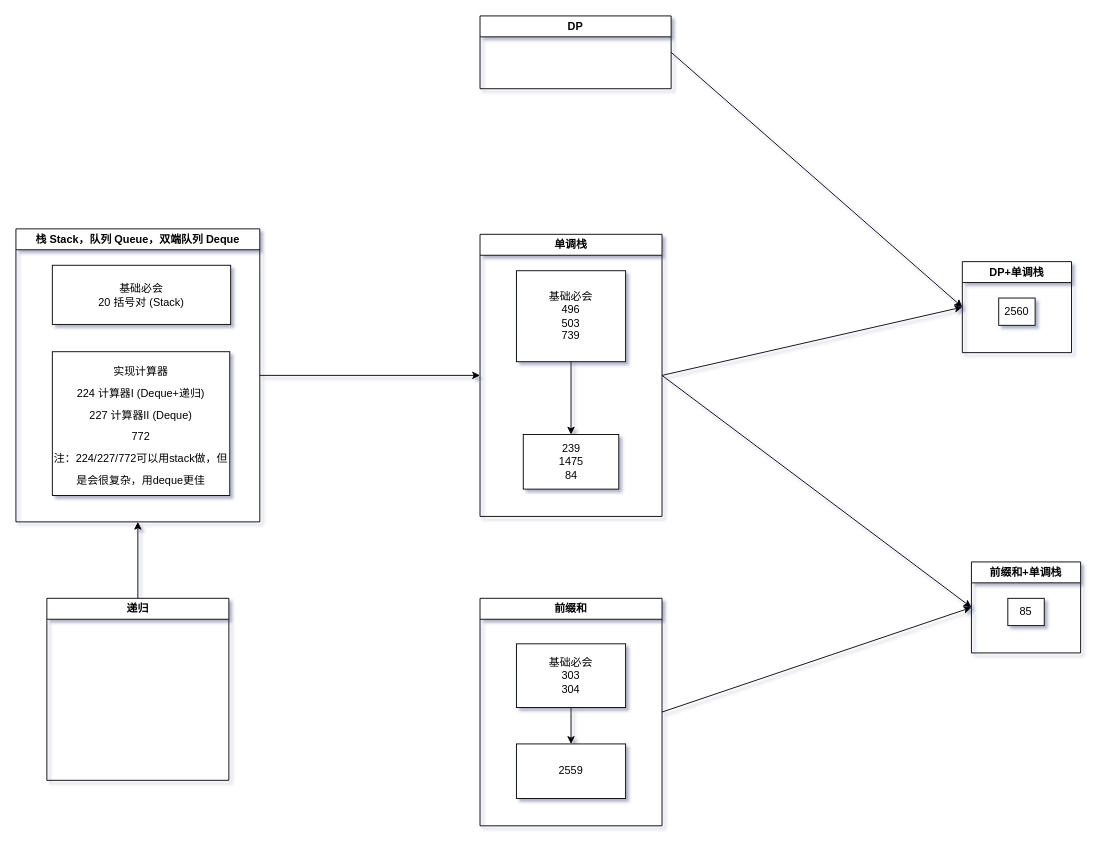
This is 按图索骥.drawio from jssonx/algo-playground, a draw.io file, before an edit. Source tidied: cells renumbered, new cells numbered last; positions are measured from the earlier drawing's top-left corner, leaving out a move shared by most shapes. Both pictures are drawn from the tidied source at 91%, with x=0, y=0 at pixel (15, 15).
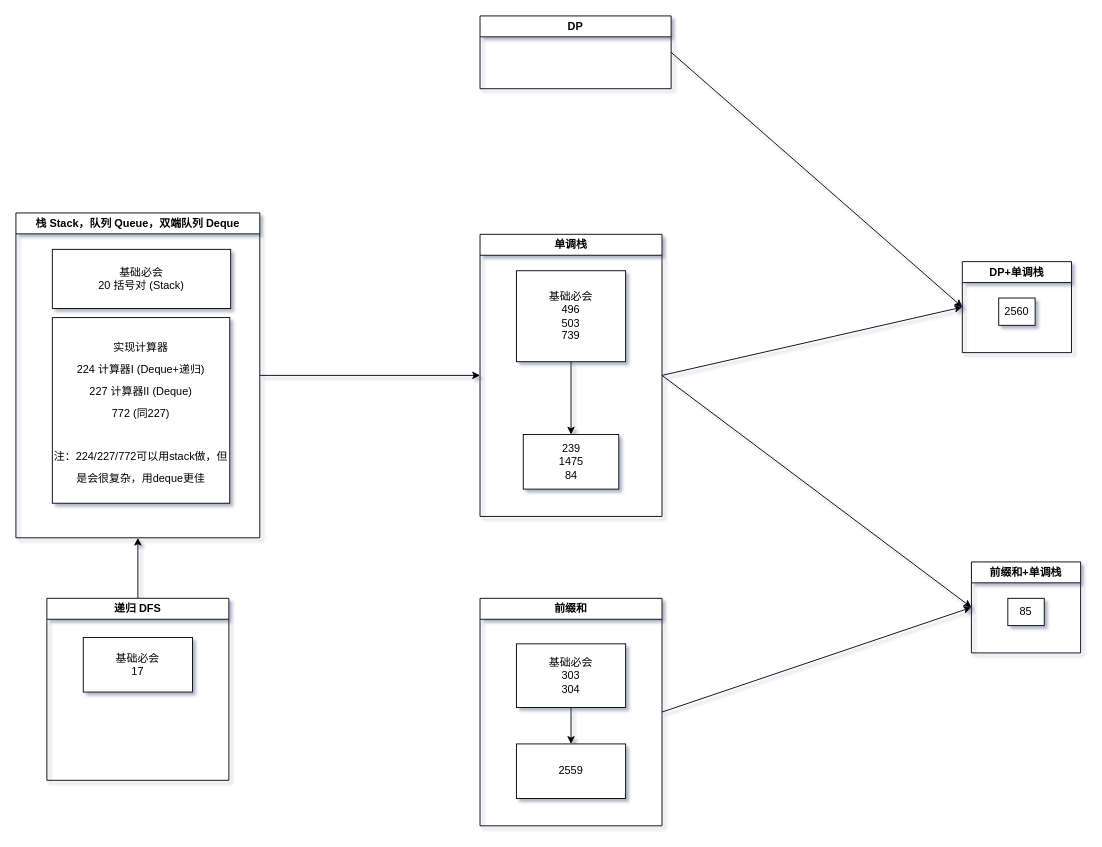
After the change.

What changed in the source:
```diff
@@
     <mxCell id="20" value="栈 Stack，队列 Queue，双端队列 Deque" style="swimlane;whiteSpace=wrap;html=1;rounded=0;" parent="1" vertex="1">
-      <mxGeometry y="234" width="268" height="322" as="geometry" />
+      <mxGeometry y="216.5" width="268" height="357" as="geometry" />
     </mxCell>
@@
-    <mxCell id="22" value="&lt;font style=&quot;font-size: 12px;&quot;&gt;&lt;font face=&quot;Helvetica&quot;&gt;实现计算器&lt;br&gt;224 计算器I (Deque+递归)&lt;br&gt;227 计算器II (Deque)&lt;br&gt;772&lt;br&gt;注：224/227/772可以用stack做，但是会很复杂，用deque更佳&lt;/font&gt;&lt;br&gt;&lt;/font&gt;" style="whiteSpace=wrap;html=1;hachureGap=4;fontFamily=Architects Daughter;fontSize=20;" parent="20" vertex="1">
-      <mxGeometry x="40" y="135" width="195" height="158" as="geometry" />
+    <mxCell id="22" value="&lt;font style=&quot;font-size: 12px;&quot;&gt;&lt;font face=&quot;Helvetica&quot;&gt;实现计算器&lt;br&gt;224 计算器I (Deque+递归)&lt;br&gt;227 计算器II (Deque)&lt;br&gt;772 (同227)&lt;br&gt;&lt;br&gt;注：224/227/772可以用stack做，但是会很复杂，用deque更佳&lt;/font&gt;&lt;br&gt;&lt;/font&gt;" style="whiteSpace=wrap;html=1;hachureGap=4;fontFamily=Architects Daughter;fontSize=20;" parent="20" vertex="1">
+      <mxGeometry x="40" y="115" width="195" height="204" as="geometry" />
     </mxCell>
@@
-    <mxCell id="24" value="递归" style="swimlane;whiteSpace=wrap;html=1;fontFamily=Helvetica;" parent="1" vertex="1">
+    <mxCell id="24" value="递归 DFS" style="swimlane;whiteSpace=wrap;html=1;fontFamily=Helvetica;" parent="1" vertex="1">
       <mxGeometry x="34" y="640" width="200" height="200" as="geometry" />
     </mxCell>
+    <mxCell id="25" value="基础必会&lt;br&gt;17" style="whiteSpace=wrap;html=1;fontFamily=Helvetica;" parent="24" vertex="1">
+      <mxGeometry x="40" y="43" width="120" height="60" as="geometry" />
+    </mxCell>
```
